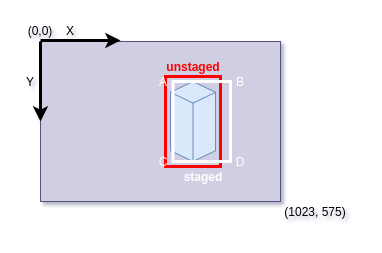
Above: img/alov-dataset-creator-bboxes.png in antmicro/video2dataset (draw.io), before the change. Source tidied: cells renumbered, new cells last; positions are measured from the earlier drawing's top-left corner, leaving out a move shared by most shapes. Source of this version:
```xml
<mxGraphModel>
  <root>
    <mxCell id="0" />
    <mxCell id="1" parent="0" />
    <mxCell id="2" style="rounded=0;whiteSpace=wrap;html=1;fillColor=#d0cee2;strokeColor=#56517e;" parent="1" vertex="1">
      <mxGeometry x="20" y="21" width="240" height="160" as="geometry" />
    </mxCell>
    <mxCell id="3" style="endArrow=classic;html=1;entryX=0;entryY=0.5;entryDx=0;entryDy=0;strokeWidth=3;" parent="1" edge="1" target="2">
      <mxGeometry relative="1" as="geometry">
        <mxPoint x="20" y="21" as="sourcePoint" />
      </mxGeometry>
    </mxCell>
    <mxCell id="4" style="endArrow=classic;html=1;strokeWidth=3;" parent="1" edge="1">
      <mxGeometry relative="1" as="geometry">
        <mxPoint x="20" y="20" as="sourcePoint" />
        <mxPoint x="100" y="20" as="targetPoint" />
      </mxGeometry>
    </mxCell>
    <mxCell id="5" value="X" style="text;html=1;strokeColor=none;fillColor=none;align=center;verticalAlign=middle;whiteSpace=wrap;rounded=0;" parent="1" vertex="1">
      <mxGeometry x="30" width="40" height="20" as="geometry" />
    </mxCell>
    <mxCell id="6" value="Y" style="text;html=1;strokeColor=none;fillColor=none;align=center;verticalAlign=middle;whiteSpace=wrap;rounded=0;" parent="1" vertex="1">
      <mxGeometry y="51" width="20" height="20" as="geometry" />
    </mxCell>
    <mxCell id="7" style="endArrow=classic;html=1;strokeWidth=3;" parent="1" edge="1">
      <mxGeometry relative="1" as="geometry">
        <mxPoint x="10" y="20" as="sourcePoint" />
        <mxPoint x="10" y="20" as="targetPoint" />
      </mxGeometry>
    </mxCell>
    <mxCell id="8" style="rounded=0;whiteSpace=wrap;html=1;fillColor=none;strokeColor=#FF0000;strokeWidth=3;" parent="1" vertex="1">
      <mxGeometry x="145" y="56" width="55" height="90" as="geometry" />
    </mxCell>
    <mxCell id="9" style="html=1;whiteSpace=wrap;shape=isoCube2;backgroundOutline=1;isoAngle=15;strokeColor=#6c8ebf;strokeWidth=1;fillColor=#dae8fc;" parent="1" vertex="1">
      <mxGeometry x="150" y="61" width="45" height="80" as="geometry" />
    </mxCell>
    <mxCell id="10" style="rounded=0;whiteSpace=wrap;html=1;fillColor=none;strokeWidth=3;strokeColor=#FFFFFF;" parent="1" vertex="1">
      <mxGeometry x="152.5" y="61" width="57.5" height="80" as="geometry" />
    </mxCell>
    <mxCell id="11" value="staged" style="text;html=1;strokeColor=none;fillColor=none;align=center;verticalAlign=middle;whiteSpace=wrap;rounded=0;strokeWidth=1;fontStyle=1;fontColor=#FFFFFF;" parent="1" vertex="1">
      <mxGeometry x="162.5" y="146" width="40" height="20" as="geometry" />
    </mxCell>
    <mxCell id="12" value="unstaged" style="text;html=1;strokeColor=none;fillColor=none;align=center;verticalAlign=middle;whiteSpace=wrap;rounded=0;strokeWidth=1;fontStyle=1;fontColor=#FF0000;" parent="1" vertex="1">
      <mxGeometry x="152.5" y="36" width="40" height="20" as="geometry" />
    </mxCell>
    <mxCell id="13" value="D" style="text;html=1;strokeColor=none;fillColor=none;align=center;verticalAlign=middle;whiteSpace=wrap;rounded=0;fontColor=#FFFFFF;" parent="1" vertex="1">
      <mxGeometry x="210" y="131" width="20" height="20" as="geometry" />
    </mxCell>
    <mxCell id="14" value="C" style="text;html=1;strokeColor=none;fillColor=none;align=center;verticalAlign=middle;whiteSpace=wrap;rounded=0;fontColor=#FFFFFF;" parent="1" vertex="1">
      <mxGeometry x="132.5" y="131" width="20" height="20" as="geometry" />
    </mxCell>
    <mxCell id="15" value="B" style="text;html=1;strokeColor=none;fillColor=none;align=center;verticalAlign=middle;whiteSpace=wrap;rounded=0;fontColor=#FFFFFF;" parent="1" vertex="1">
      <mxGeometry x="210" y="51" width="20" height="20" as="geometry" />
    </mxCell>
    <mxCell id="16" value="A" style="text;html=1;strokeColor=none;fillColor=none;align=center;verticalAlign=middle;whiteSpace=wrap;rounded=0;fontColor=#FFFFFF;" parent="1" vertex="1">
      <mxGeometry x="132.5" y="51" width="20" height="20" as="geometry" />
    </mxCell>
    <mxCell id="17" value="(0,0)" style="text;html=1;strokeColor=none;fillColor=none;align=center;verticalAlign=middle;whiteSpace=wrap;rounded=0;" parent="1" vertex="1">
      <mxGeometry width="40" height="20" as="geometry" />
    </mxCell>
    <mxCell id="18" value="(1023, 575)" style="text;html=1;strokeColor=none;fillColor=none;align=center;verticalAlign=middle;whiteSpace=wrap;rounded=0;" parent="1" vertex="1">
      <mxGeometry x="260" y="181" width="70" height="20" as="geometry" />
    </mxCell>
  </root>
</mxGraphModel>
```
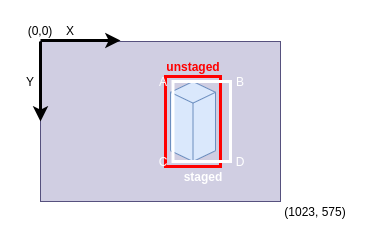
The same file after the commit.

What changed in the source:
```diff
@@ -5,29 +5,29 @@
     <mxCell id="2" style="rounded=0;whiteSpace=wrap;html=1;fillColor=#d0cee2;strokeColor=#56517e;" parent="1" vertex="1">
       <mxGeometry x="20" y="21" width="240" height="160" as="geometry" />
     </mxCell>
-    <mxCell id="3" style="endArrow=classic;html=1;entryX=0;entryY=0.5;entryDx=0;entryDy=0;strokeWidth=3;" parent="1" edge="1" target="2">
-      <mxGeometry relative="1" as="geometry">
-        <mxPoint x="20" y="21" as="sourcePoint" />
-      </mxGeometry>
-    </mxCell>
-    <mxCell id="4" style="endArrow=classic;html=1;strokeWidth=3;" parent="1" edge="1">
-      <mxGeometry relative="1" as="geometry">
-        <mxPoint x="20" y="20" as="sourcePoint" />
-        <mxPoint x="100" y="20" as="targetPoint" />
-      </mxGeometry>
-    </mxCell>
+    <mxCell id="19" style="endArrow=classic;html=1;entryX=0;entryY=0.5;entryDx=0;entryDy=0;strokeWidth=3;" parent="1" edge="1" target="2">
+      <mxGeometry relative="1" as="geometry">
+        <mxPoint x="20" y="21" as="sourcePoint" />
+      </mxGeometry>
+    </mxCell>
+    <mxCell id="20" style="endArrow=classic;html=1;strokeWidth=3;" parent="1" edge="1">
+      <mxGeometry relative="1" as="geometry">
+        <mxPoint x="20" y="20" as="sourcePoint" />
+        <mxPoint x="100" y="20" as="targetPoint" />
+      </mxGeometry>
+    </mxCell>
     <mxCell id="5" value="X" style="text;html=1;strokeColor=none;fillColor=none;align=center;verticalAlign=middle;whiteSpace=wrap;rounded=0;" parent="1" vertex="1">
       <mxGeometry x="30" width="40" height="20" as="geometry" />
     </mxCell>
     <mxCell id="6" value="Y" style="text;html=1;strokeColor=none;fillColor=none;align=center;verticalAlign=middle;whiteSpace=wrap;rounded=0;" parent="1" vertex="1">
       <mxGeometry y="51" width="20" height="20" as="geometry" />
     </mxCell>
-    <mxCell id="7" style="endArrow=classic;html=1;strokeWidth=3;" parent="1" edge="1">
-      <mxGeometry relative="1" as="geometry">
-        <mxPoint x="10" y="20" as="sourcePoint" />
-        <mxPoint x="10" y="20" as="targetPoint" />
-      </mxGeometry>
-    </mxCell>
+    <mxCell id="21" style="endArrow=classic;html=1;strokeWidth=3;" parent="1" edge="1">
+      <mxGeometry relative="1" as="geometry">
+        <mxPoint x="10" y="20" as="sourcePoint" />
+        <mxPoint x="10" y="20" as="targetPoint" />
+      </mxGeometry>
+    </mxCell>
     <mxCell id="8" style="rounded=0;whiteSpace=wrap;html=1;fillColor=none;strokeColor=#FF0000;strokeWidth=3;" parent="1" vertex="1">
       <mxGeometry x="145" y="56" width="55" height="90" as="geometry" />
     </mxCell>
```
